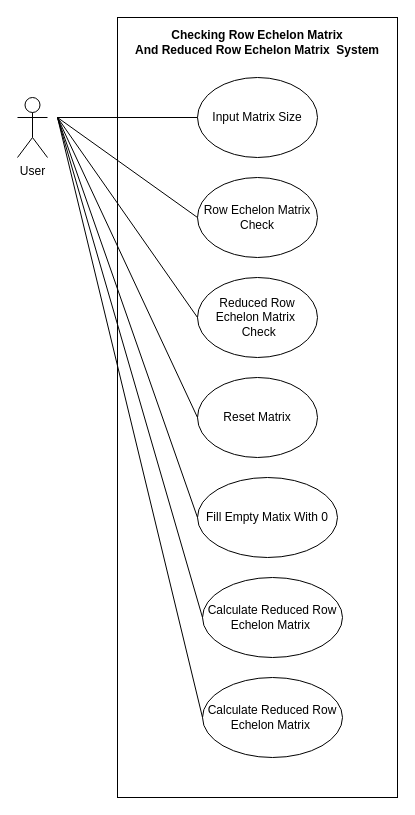
lsealedl/Row_Echelon_Matrix keeps this draw.io diagram as final/diagram/matrix_use_case.drawio. Above is the earlier version. Source tidied: cells renumbered, new cells numbered last; positions are measured from the earlier drawing's top-left corner, leaving out a move shared by most shapes. Both pictures are drawn from the tidied source at 100%, with x=0, y=0 at pixel (17, 17).
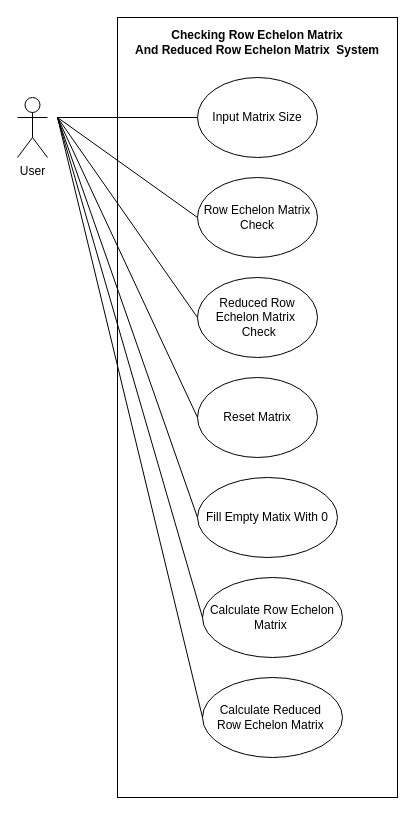
Above is the later version.

Commit message (it also covers changes not shown here):
แก้ use case

The edit, as a diff of the source:
```diff
@@
-    <mxCell id="15" value="Calculate Reduced Row Echelon Matrix&amp;nbsp;" style="ellipse;whiteSpace=wrap;html=1;" parent="1" vertex="1">
+    <mxCell id="15" value="Calculate Row Echelon Matrix&amp;nbsp;" style="ellipse;whiteSpace=wrap;html=1;" parent="1" vertex="1">
       <mxGeometry x="185" y="560" width="140" height="80" as="geometry" />
     </mxCell>
-    <mxCell id="16" value="Calculate Reduced Row Echelon Matrix&amp;nbsp;" style="ellipse;whiteSpace=wrap;html=1;" parent="1" vertex="1">
+    <mxCell id="16" value="Calculate Reduced&amp;nbsp;&lt;br&gt;Row Echelon Matrix&amp;nbsp;" style="ellipse;whiteSpace=wrap;html=1;" parent="1" vertex="1">
       <mxGeometry x="185" y="660" width="140" height="80" as="geometry" />
     </mxCell>
```
